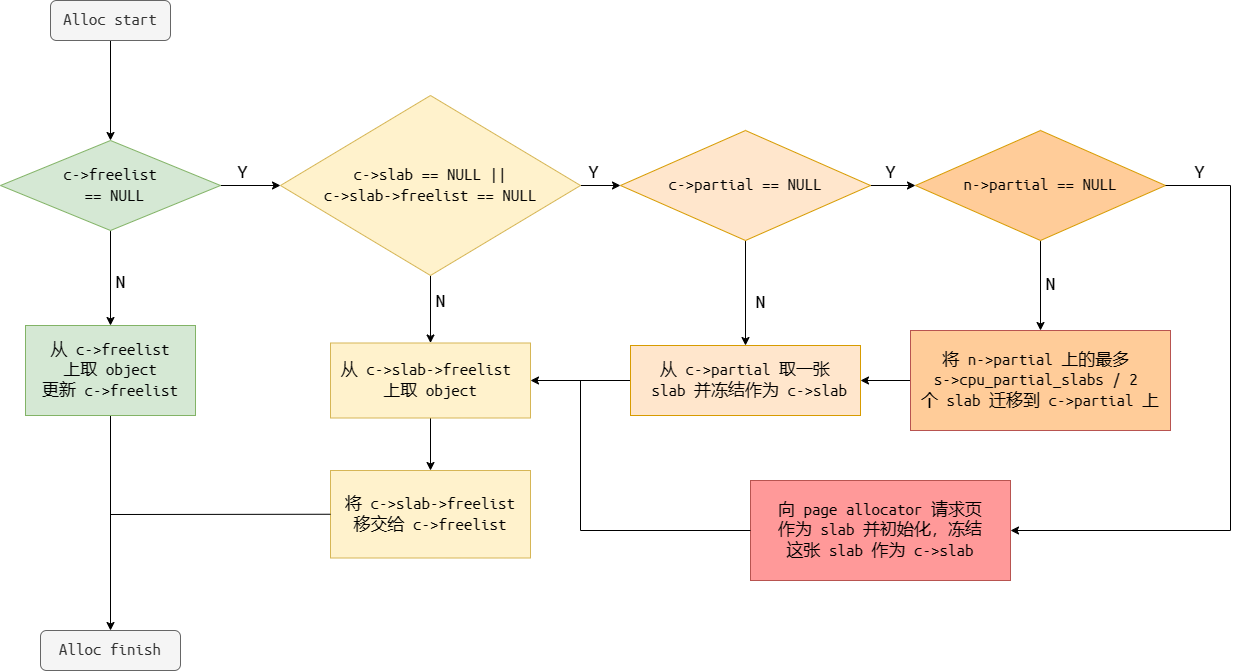
Earlier version of the draw.io export 2024/05/06/Slub-allocator-分析/slab_alloc.drawio.png (slavin-ayu/slavin-ayu.github.io). Source tidied: cells renumbered, new cells last; positions are measured from the earlier drawing's top-left corner, leaving out a move shared by most shapes.
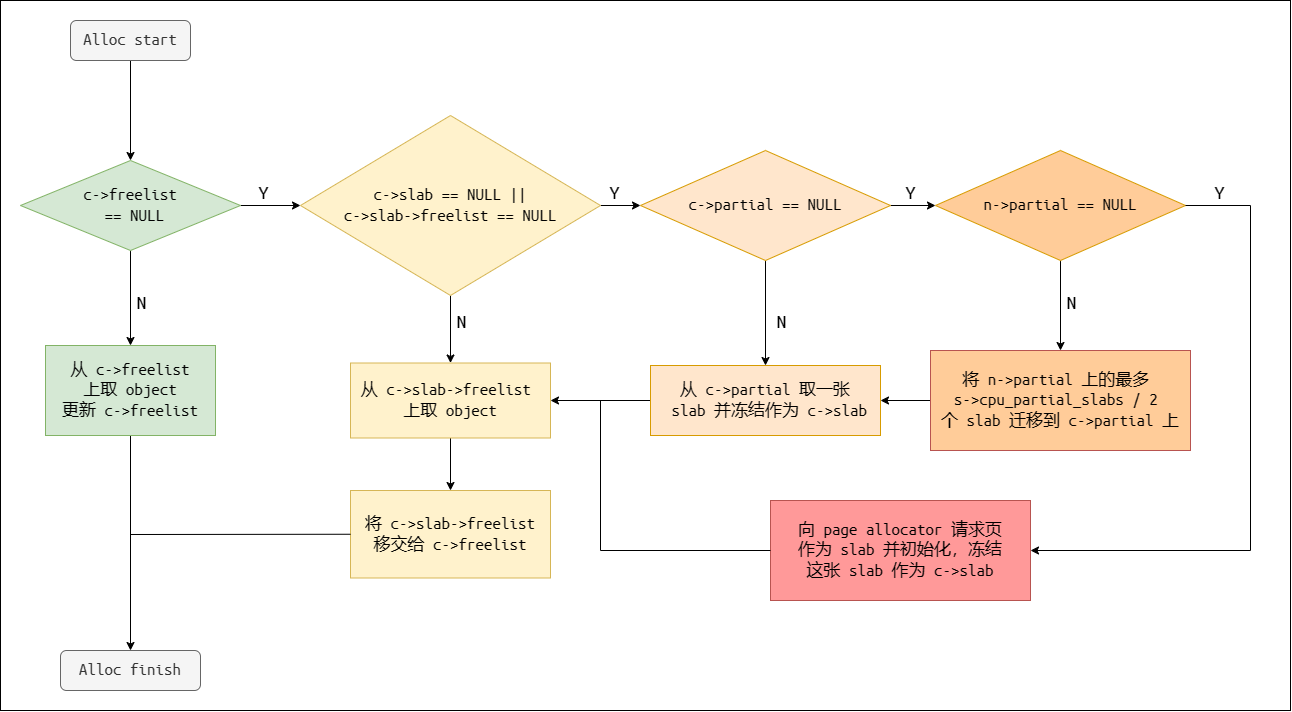
After the change.

The edit, as a diff of the source:
```diff
@@ -2,6 +2,9 @@
   <root>
     <mxCell id="0" />
     <mxCell id="1" parent="0" />
+    <mxCell id="39" style="rounded=0;whiteSpace=wrap;html=1;" parent="1" vertex="1">
+      <mxGeometry x="-20" y="-20" width="1290" height="710" as="geometry" />
+    </mxCell>
     <mxCell id="2" style="edgeStyle=orthogonalEdgeStyle;rounded=0;jettySize=auto;html=1;" parent="1" edge="1" source="3" target="9">
       <mxGeometry relative="1" as="geometry" />
     </mxCell>
```
